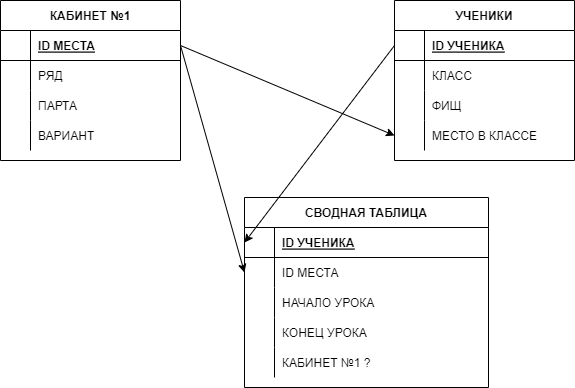
DaryaSmirnova1992/DZ13 keeps this draw.io diagram as diagramm.drawio.png. Above is the earlier version. Source tidied: cells renumbered, new cells last; positions are measured from the earlier drawing's top-left corner, leaving out a move shared by most shapes.
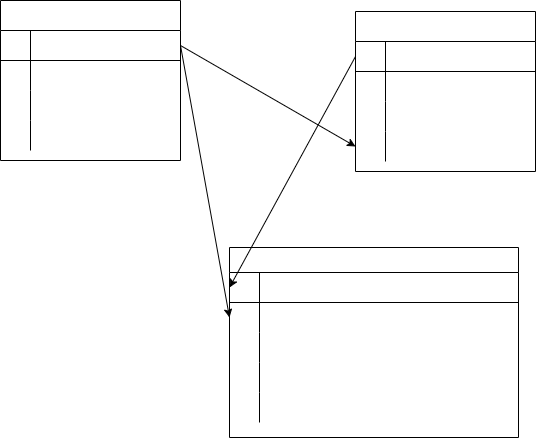
Later version of the same file.

What changed in the source:
```diff
@@ -1,141 +1,141 @@
-<mxGraphModel background="#ffffff">
+<mxGraphModel>
   <root>
     <mxCell id="0" />
     <mxCell id="1" parent="0" />
+    <mxCell id="47" value="КАБИНЕТ №1" style="shape=table;startSize=30;rowLines=0;fontStyle=1;align=center;fontColor=#FFFFFF;" parent="1" vertex="1">
+      <mxGeometry x="39" y="-11" width="180" height="160" as="geometry" />
+    </mxCell>
-    <mxCell id="2" value="КАБИНЕТ №1" style="shape=table;startSize=30;rowLines=0;fontStyle=1;align=center;fillColor=none;" parent="1" vertex="1">
-      <mxGeometry width="180" height="160" as="geometry" />
+    <mxCell id="2" style="shape=partialRectangle;fillColor=none;top=0;left=0;bottom=1;right=0;points=[[0,0.5],[1,0.5]];portConstraint=eastwest;fontColor=#FFFFFF;" parent="47" vertex="1">
+      <mxGeometry y="30" width="180" height="30" as="geometry" />
     </mxCell>
-    <mxCell id="3" style="shape=partialRectangle;fillColor=none;top=0;left=0;bottom=1;right=0;points=[[0,0.5],[1,0.5]];portConstraint=eastwest;" parent="2" vertex="1">
-      <mxGeometry y="30" width="180" height="30" as="geometry" />
+    <mxCell id="3" style="shape=partialRectangle;fillColor=none;top=0;left=0;bottom=0;right=0;fontStyle=1;overflow=hidden;fontColor=#FFFFFF;" parent="2" vertex="1">
+      <mxGeometry width="30" height="30" as="geometry" />
     </mxCell>
-    <mxCell id="4" style="shape=partialRectangle;fillColor=none;top=0;left=0;bottom=0;right=0;fontStyle=1;overflow=hidden;" parent="3" vertex="1">
-      <mxGeometry width="30" height="30" as="geometry" />
+    <mxCell id="4" value="ID МЕСТА" style="shape=partialRectangle;fillColor=none;top=0;left=0;bottom=0;right=0;align=left;spacingLeft=6;fontStyle=5;overflow=hidden;fontColor=#FFFFFF;" parent="2" vertex="1">
+      <mxGeometry x="30" width="150" height="30" as="geometry" />
     </mxCell>
-    <mxCell id="5" value="ID МЕСТА" style="shape=partialRectangle;fillColor=none;top=0;left=0;bottom=0;right=0;align=left;spacingLeft=6;fontStyle=5;overflow=hidden;" parent="3" vertex="1">
-      <mxGeometry x="30" width="150" height="30" as="geometry" />
+    <mxCell id="5" style="shape=partialRectangle;fillColor=none;top=0;left=0;bottom=0;right=0;fontColor=#FFFFFF;" parent="47" vertex="1">
+      <mxGeometry y="60" width="180" height="30" as="geometry" />
     </mxCell>
-    <mxCell id="6" style="shape=partialRectangle;fillColor=none;top=0;left=0;bottom=0;right=0;" parent="2" vertex="1">
-      <mxGeometry y="60" width="180" height="30" as="geometry" />
+    <mxCell id="6" style="shape=partialRectangle;fillColor=none;top=0;left=0;bottom=0;right=0;overflow=hidden;fontColor=#FFFFFF;" parent="5" vertex="1">
+      <mxGeometry width="30" height="30" as="geometry" />
     </mxCell>
-    <mxCell id="7" style="shape=partialRectangle;fillColor=none;top=0;left=0;bottom=0;right=0;overflow=hidden;" parent="6" vertex="1">
-      <mxGeometry width="30" height="30" as="geometry" />
+    <mxCell id="7" value="РЯД" style="shape=partialRectangle;fillColor=none;top=0;left=0;bottom=0;right=0;align=left;spacingLeft=6;overflow=hidden;fontColor=#FFFFFF;" parent="5" vertex="1">
+      <mxGeometry x="30" width="150" height="30" as="geometry" />
     </mxCell>
-    <mxCell id="8" value="РЯД" style="shape=partialRectangle;fillColor=none;top=0;left=0;bottom=0;right=0;align=left;spacingLeft=6;overflow=hidden;" parent="6" vertex="1">
-      <mxGeometry x="30" width="150" height="30" as="geometry" />
+    <mxCell id="8" style="shape=partialRectangle;fillColor=none;top=0;left=0;bottom=0;right=0;fontColor=#FFFFFF;" parent="47" vertex="1">
+      <mxGeometry y="90" width="180" height="30" as="geometry" />
     </mxCell>
-    <mxCell id="9" style="shape=partialRectangle;fillColor=none;top=0;left=0;bottom=0;right=0;" parent="2" vertex="1">
-      <mxGeometry y="90" width="180" height="30" as="geometry" />
+    <mxCell id="9" style="shape=partialRectangle;fillColor=none;top=0;left=0;bottom=0;right=0;overflow=hidden;fontColor=#FFFFFF;" parent="8" vertex="1">
+      <mxGeometry width="30" height="30" as="geometry" />
     </mxCell>
-    <mxCell id="10" style="shape=partialRectangle;fillColor=none;top=0;left=0;bottom=0;right=0;overflow=hidden;" parent="9" vertex="1">
-      <mxGeometry width="30" height="30" as="geometry" />
+    <mxCell id="10" value="ПАРТА" style="shape=partialRectangle;fillColor=none;top=0;left=0;bottom=0;right=0;align=left;spacingLeft=6;overflow=hidden;fontColor=#FFFFFF;" parent="8" vertex="1">
+      <mxGeometry x="30" width="150" height="30" as="geometry" />
     </mxCell>
-    <mxCell id="11" value="ПАРТА" style="shape=partialRectangle;fillColor=none;top=0;left=0;bottom=0;right=0;align=left;spacingLeft=6;overflow=hidden;" parent="9" vertex="1">
-      <mxGeometry x="30" width="150" height="30" as="geometry" />
+    <mxCell id="11" style="shape=partialRectangle;fillColor=none;top=0;left=0;bottom=0;right=0;fontColor=#FFFFFF;" parent="47" vertex="1">
+      <mxGeometry y="120" width="180" height="30" as="geometry" />
     </mxCell>
-    <mxCell id="12" style="shape=partialRectangle;fillColor=none;top=0;left=0;bottom=0;right=0;" parent="2" vertex="1">
-      <mxGeometry y="120" width="180" height="30" as="geometry" />
+    <mxCell id="12" style="shape=partialRectangle;fillColor=none;top=0;left=0;bottom=0;right=0;overflow=hidden;fontColor=#FFFFFF;" parent="11" vertex="1">
+      <mxGeometry width="30" height="30" as="geometry" />
     </mxCell>
-    <mxCell id="13" style="shape=partialRectangle;fillColor=none;top=0;left=0;bottom=0;right=0;overflow=hidden;" parent="12" vertex="1">
-      <mxGeometry width="30" height="30" as="geometry" />
+    <mxCell id="13" value="ВАРИАНТ" style="shape=partialRectangle;fillColor=none;top=0;left=0;bottom=0;right=0;align=left;spacingLeft=6;overflow=hidden;fontColor=#FFFFFF;" parent="11" vertex="1">
+      <mxGeometry x="30" width="150" height="30" as="geometry" />
     </mxCell>
-    <mxCell id="14" value="ВАРИАНТ" style="shape=partialRectangle;fillColor=none;top=0;left=0;bottom=0;right=0;align=left;spacingLeft=6;overflow=hidden;" parent="12" vertex="1">
-      <mxGeometry x="30" width="150" height="30" as="geometry" />
-    </mxCell>
-    <mxCell id="15" value="УЧЕНИКИ" style="shape=table;startSize=30;rowLines=0;fontStyle=1;align=center;fillColor=none;" parent="1" vertex="1">
-      <mxGeometry x="394" width="180" height="160" as="geometry" />
-    </mxCell>
-    <mxCell id="16" style="shape=partialRectangle;fillColor=none;top=0;left=0;bottom=1;right=0;points=[[0,0.5],[1,0.5]];portConstraint=eastwest;" parent="15" vertex="1">
-      <mxGeometry y="30" width="180" height="30" as="geometry" />
-    </mxCell>
-    <mxCell id="17" style="shape=partialRectangle;fillColor=none;top=0;left=0;bottom=0;right=0;fontStyle=1;overflow=hidden;" parent="16" vertex="1">
-      <mxGeometry width="30" height="30" as="geometry" />
-    </mxCell>
-    <mxCell id="18" value="ID УЧЕНИКА" style="shape=partialRectangle;fillColor=none;top=0;left=0;bottom=0;right=0;align=left;spacingLeft=6;fontStyle=5;overflow=hidden;" parent="16" vertex="1">
-      <mxGeometry x="30" width="150" height="30" as="geometry" />
-    </mxCell>
-    <mxCell id="19" style="shape=partialRectangle;fillColor=none;top=0;left=0;bottom=0;right=0;" parent="15" vertex="1">
-      <mxGeometry y="60" width="180" height="30" as="geometry" />
-    </mxCell>
-    <mxCell id="20" style="shape=partialRectangle;fillColor=none;top=0;left=0;bottom=0;right=0;overflow=hidden;" parent="19" vertex="1">
-      <mxGeometry width="30" height="30" as="geometry" />
-    </mxCell>
-    <mxCell id="21" value="КЛАСС" style="shape=partialRectangle;fillColor=none;top=0;left=0;bottom=0;right=0;align=left;spacingLeft=6;overflow=hidden;" parent="19" vertex="1">
-      <mxGeometry x="30" width="150" height="30" as="geometry" />
-    </mxCell>
-    <mxCell id="22" style="shape=partialRectangle;fillColor=none;top=0;left=0;bottom=0;right=0;" parent="15" vertex="1">
-      <mxGeometry y="90" width="180" height="30" as="geometry" />
-    </mxCell>
-    <mxCell id="23" style="shape=partialRectangle;fillColor=none;top=0;left=0;bottom=0;right=0;overflow=hidden;" parent="22" vertex="1">
-      <mxGeometry width="30" height="30" as="geometry" />
-    </mxCell>
-    <mxCell id="24" value="ФИЩ" style="shape=partialRectangle;fillColor=none;top=0;left=0;bottom=0;right=0;align=left;spacingLeft=6;overflow=hidden;" parent="22" vertex="1">
-      <mxGeometry x="30" width="150" height="30" as="geometry" />
-    </mxCell>
-    <mxCell id="25" style="shape=partialRectangle;fillColor=none;top=0;left=0;bottom=0;right=0;points=[[0,0.5],[1,0.5]];portConstraint=eastwest;" parent="15" vertex="1">
-      <mxGeometry y="120" width="180" height="30" as="geometry" />
-    </mxCell>
-    <mxCell id="26" style="shape=partialRectangle;fillColor=none;top=0;left=0;bottom=0;right=0;overflow=hidden;" parent="25" vertex="1">
-      <mxGeometry width="30" height="30" as="geometry" />
-    </mxCell>
-    <mxCell id="27" value="МЕСТО В КЛАССЕ" style="shape=partialRectangle;fillColor=none;top=0;left=0;bottom=0;right=0;align=left;spacingLeft=6;overflow=hidden;" parent="25" vertex="1">
-      <mxGeometry x="30" width="150" height="30" as="geometry" />
+    <mxCell id="27" value="СВОДНАЯ ТАБЛИЦА" style="shape=table;startSize=25;rowLines=0;fontStyle=1;align=center;fontColor=#FFFFFF;" parent="1" vertex="1">
+      <mxGeometry x="268" y="236" width="289" height="190" as="geometry" />
     </mxCell>
-    <mxCell id="28" value="СВОДНАЯ ТАБЛИЦА" style="shape=table;startSize=30;rowLines=0;fontStyle=1;align=center;fillColor=none;" parent="1" vertex="1">
-      <mxGeometry x="244" y="197" width="244" height="190" as="geometry" />
+    <mxCell id="28" style="shape=partialRectangle;fillColor=none;top=0;left=0;bottom=1;right=0;points=[[0,0.5],[1,0.5]];portConstraint=eastwest;fontColor=#FFFFFF;" parent="27" vertex="1">
+      <mxGeometry y="25" width="289" height="30" as="geometry" />
     </mxCell>
-    <mxCell id="29" style="shape=partialRectangle;fillColor=none;top=0;left=0;bottom=1;right=0;points=[[0,0.5],[1,0.5]];portConstraint=eastwest;" parent="28" vertex="1">
-      <mxGeometry y="30" width="244" height="30" as="geometry" />
+    <mxCell id="29" style="shape=partialRectangle;fillColor=none;top=0;left=0;bottom=0;right=0;fontStyle=1;overflow=hidden;fontColor=#FFFFFF;" parent="28" vertex="1">
+      <mxGeometry width="30" height="30" as="geometry" />
     </mxCell>
-    <mxCell id="30" style="shape=partialRectangle;fillColor=none;top=0;left=0;bottom=0;right=0;fontStyle=1;overflow=hidden;" parent="29" vertex="1">
-      <mxGeometry width="30" height="30" as="geometry" />
+    <mxCell id="30" value="ID УЧЕНИКА" style="shape=partialRectangle;fillColor=none;top=0;left=0;bottom=0;right=0;align=left;spacingLeft=6;fontStyle=5;overflow=hidden;fontColor=#FFFFFF;" parent="28" vertex="1">
+      <mxGeometry x="30" width="259" height="30" as="geometry" />
     </mxCell>
-    <mxCell id="31" value="ID УЧЕНИКА" style="shape=partialRectangle;fillColor=none;top=0;left=0;bottom=0;right=0;align=left;spacingLeft=6;fontStyle=5;overflow=hidden;" parent="29" vertex="1">
-      <mxGeometry x="30" width="214" height="30" as="geometry" />
+    <mxCell id="31" style="shape=partialRectangle;fillColor=none;top=0;left=0;bottom=0;right=0;points=[[0,0.5],[1,0.5]];portConstraint=eastwest;fontColor=#FFFFFF;" parent="27" vertex="1">
+      <mxGeometry y="55" width="289" height="30" as="geometry" />
     </mxCell>
-    <mxCell id="32" style="shape=partialRectangle;fillColor=none;top=0;left=0;bottom=0;right=0;points=[[0,0.5],[1,0.5]];portConstraint=eastwest;" parent="28" vertex="1">
-      <mxGeometry y="60" width="244" height="30" as="geometry" />
+    <mxCell id="32" style="shape=partialRectangle;fillColor=none;top=0;left=0;bottom=0;right=0;overflow=hidden;fontColor=#FFFFFF;" parent="31" vertex="1">
+      <mxGeometry width="30" height="30" as="geometry" />
     </mxCell>
-    <mxCell id="33" style="shape=partialRectangle;fillColor=none;top=0;left=0;bottom=0;right=0;overflow=hidden;" parent="32" vertex="1">
-      <mxGeometry width="30" height="30" as="geometry" />
+    <mxCell id="33" value="ID МЕСТА" style="shape=partialRectangle;fillColor=none;top=0;left=0;bottom=0;right=0;align=left;spacingLeft=6;overflow=hidden;fontColor=#FFFFFF;" parent="31" vertex="1">
+      <mxGeometry x="30" width="259" height="30" as="geometry" />
     </mxCell>
-    <mxCell id="34" value="ID МЕСТА" style="shape=partialRectangle;fillColor=none;top=0;left=0;bottom=0;right=0;align=left;spacingLeft=6;overflow=hidden;" parent="32" vertex="1">
-      <mxGeometry x="30" width="214" height="30" as="geometry" />
+    <mxCell id="34" style="shape=partialRectangle;fillColor=none;top=0;left=0;bottom=0;right=0;fontColor=#FFFFFF;" parent="27" vertex="1">
+      <mxGeometry y="85" width="289" height="30" as="geometry" />
     </mxCell>
-    <mxCell id="35" style="shape=partialRectangle;fillColor=none;top=0;left=0;bottom=0;right=0;" parent="28" vertex="1">
-      <mxGeometry y="90" width="244" height="30" as="geometry" />
+    <mxCell id="35" style="shape=partialRectangle;fillColor=none;top=0;left=0;bottom=0;right=0;overflow=hidden;fontColor=#FFFFFF;" parent="34" vertex="1">
+      <mxGeometry width="30" height="30" as="geometry" />
     </mxCell>
-    <mxCell id="36" style="shape=partialRectangle;fillColor=none;top=0;left=0;bottom=0;right=0;overflow=hidden;" parent="35" vertex="1">
-      <mxGeometry width="30" height="30" as="geometry" />
+    <mxCell id="36" value="НАЧАЛО УРОКА" style="shape=partialRectangle;fillColor=none;top=0;left=0;bottom=0;right=0;align=left;spacingLeft=6;overflow=hidden;fontColor=#FFFFFF;" parent="34" vertex="1">
+      <mxGeometry x="30" width="259" height="30" as="geometry" />
     </mxCell>
-    <mxCell id="37" value="НАЧАЛО УРОКА" style="shape=partialRectangle;fillColor=none;top=0;left=0;bottom=0;right=0;align=left;spacingLeft=6;overflow=hidden;" parent="35" vertex="1">
-      <mxGeometry x="30" width="214" height="30" as="geometry" />
+    <mxCell id="37" style="shape=partialRectangle;fillColor=none;top=0;left=0;bottom=0;right=0;fontColor=#FFFFFF;" parent="27" vertex="1">
+      <mxGeometry y="115" width="289" height="30" as="geometry" />
     </mxCell>
-    <mxCell id="38" style="shape=partialRectangle;fillColor=none;top=0;left=0;bottom=0;right=0;" parent="28" vertex="1">
-      <mxGeometry y="120" width="244" height="30" as="geometry" />
+    <mxCell id="38" style="shape=partialRectangle;fillColor=none;top=0;left=0;bottom=0;right=0;overflow=hidden;fontColor=#FFFFFF;" parent="37" vertex="1">
+      <mxGeometry width="30" height="30" as="geometry" />
     </mxCell>
-    <mxCell id="39" style="shape=partialRectangle;fillColor=none;top=0;left=0;bottom=0;right=0;overflow=hidden;" parent="38" vertex="1">
-      <mxGeometry width="30" height="30" as="geometry" />
+    <mxCell id="39" value="КОНЕЦ УРОКА" style="shape=partialRectangle;fillColor=none;top=0;left=0;bottom=0;right=0;align=left;spacingLeft=6;overflow=hidden;fontColor=#FFFFFF;" parent="37" vertex="1">
+      <mxGeometry x="30" width="259" height="30" as="geometry" />
     </mxCell>
-    <mxCell id="40" value="КОНЕЦ УРОКА" style="shape=partialRectangle;fillColor=none;top=0;left=0;bottom=0;right=0;align=left;spacingLeft=6;overflow=hidden;" parent="38" vertex="1">
-      <mxGeometry x="30" width="214" height="30" as="geometry" />
-    </mxCell>
-    <mxCell id="41" style="shape=partialRectangle;fillColor=none;top=0;left=0;bottom=0;right=0;" parent="28" vertex="1">
-      <mxGeometry y="150" width="244" height="30" as="geometry" />
-    </mxCell>
-    <mxCell id="42" style="shape=partialRectangle;fillColor=none;top=0;left=0;bottom=0;right=0;overflow=hidden;" parent="41" vertex="1">
-      <mxGeometry width="30" height="30" as="geometry" />
-    </mxCell>
+    <mxCell id="48" style="shape=partialRectangle;fillColor=none;top=0;left=0;bottom=0;right=0;fontColor=#FFFFFF;" parent="27" vertex="1">
+      <mxGeometry y="145" width="289" height="30" as="geometry" />
+    </mxCell>
+    <mxCell id="49" style="shape=partialRectangle;fillColor=none;top=0;left=0;bottom=0;right=0;overflow=hidden;fontColor=#FFFFFF;" parent="48" vertex="1">
+      <mxGeometry width="30" height="30" as="geometry" />
+    </mxCell>
-    <mxCell id="43" value="КАБИНЕТ №1 ?" style="shape=partialRectangle;fillColor=none;top=0;left=0;bottom=0;right=0;align=left;spacingLeft=6;overflow=hidden;" parent="41" vertex="1">
-      <mxGeometry x="30" width="214" height="30" as="geometry" />
+    <mxCell id="43" value="КАБИНЕТ №1 ?" style="shape=partialRectangle;fillColor=none;top=0;left=0;bottom=0;right=0;align=left;spacingLeft=6;overflow=hidden;fontColor=#FFFFFF;" parent="48" vertex="1">
+      <mxGeometry x="30" width="259" height="30" as="geometry" />
     </mxCell>
-    <mxCell id="44" style="edgeStyle=none;html=1;exitX=1;exitY=0.5;exitDx=0;exitDy=0;entryX=0;entryY=0.5;entryDx=0;entryDy=0;fillColor=none;" parent="1" edge="1" source="3" target="25">
-      <mxGeometry relative="1" as="geometry" />
-    </mxCell>
-    <mxCell id="45" style="edgeStyle=none;html=1;exitX=1;exitY=0.5;exitDx=0;exitDy=0;entryX=0;entryY=0.5;entryDx=0;entryDy=0;fillColor=none;" parent="1" edge="1" source="3" target="32">
-      <mxGeometry relative="1" as="geometry" />
-    </mxCell>
-    <mxCell id="46" style="edgeStyle=none;html=1;exitX=0;exitY=0.5;exitDx=0;exitDy=0;entryX=0;entryY=0.5;entryDx=0;entryDy=0;fillColor=none;" parent="1" edge="1" source="16" target="29">
+    <mxCell id="46" style="edgeStyle=none;html=1;exitX=1;exitY=0.5;exitDx=0;exitDy=0;entryX=0;entryY=0.5;entryDx=0;entryDy=0;fontColor=#FFFFFF;" parent="1" edge="1" source="2" target="58">
       <mxGeometry relative="1" as="geometry" />
     </mxCell>
+    <mxCell id="50" style="edgeStyle=none;html=1;exitX=1;exitY=0.5;exitDx=0;exitDy=0;entryX=0;entryY=0.5;entryDx=0;entryDy=0;fontColor=#FFFFFF;" parent="1" edge="1" source="2" target="31">
+      <mxGeometry relative="1" as="geometry" />
+    </mxCell>
+    <mxCell id="15" value="УЧЕНИКИ" style="shape=table;startSize=30;rowLines=0;fontStyle=1;align=center;fontColor=#FFFFFF;" parent="1" vertex="1">
+      <mxGeometry x="394" width="180" height="160" as="geometry" />
+    </mxCell>
+    <mxCell id="51" style="shape=partialRectangle;fillColor=none;top=0;left=0;bottom=1;right=0;points=[[0,0.5],[1,0.5]];portConstraint=eastwest;fontColor=#FFFFFF;" parent="15" vertex="1">
+      <mxGeometry y="30" width="180" height="30" as="geometry" />
+    </mxCell>
+    <mxCell id="52" style="shape=partialRectangle;fillColor=none;top=0;left=0;bottom=0;right=0;fontStyle=1;overflow=hidden;fontColor=#FFFFFF;" parent="51" vertex="1">
+      <mxGeometry width="30" height="30" as="geometry" />
+    </mxCell>
+    <mxCell id="18" value="ID УЧЕНИКА" style="shape=partialRectangle;fillColor=none;top=0;left=0;bottom=0;right=0;align=left;spacingLeft=6;fontStyle=5;overflow=hidden;fontColor=#FFFFFF;" parent="51" vertex="1">
+      <mxGeometry x="30" width="150" height="30" as="geometry" />
+    </mxCell>
+    <mxCell id="53" style="shape=partialRectangle;fillColor=none;top=0;left=0;bottom=0;right=0;fontColor=#FFFFFF;" parent="15" vertex="1">
+      <mxGeometry y="60" width="180" height="30" as="geometry" />
+    </mxCell>
+    <mxCell id="54" style="shape=partialRectangle;fillColor=none;top=0;left=0;bottom=0;right=0;overflow=hidden;fontColor=#FFFFFF;" parent="53" vertex="1">
+      <mxGeometry width="30" height="30" as="geometry" />
+    </mxCell>
+    <mxCell id="21" value="КЛАСС" style="shape=partialRectangle;fillColor=none;top=0;left=0;bottom=0;right=0;align=left;spacingLeft=6;overflow=hidden;fontColor=#FFFFFF;" parent="53" vertex="1">
+      <mxGeometry x="30" width="150" height="30" as="geometry" />
+    </mxCell>
+    <mxCell id="55" style="shape=partialRectangle;fillColor=none;top=0;left=0;bottom=0;right=0;fontColor=#FFFFFF;" parent="15" vertex="1">
+      <mxGeometry y="90" width="180" height="30" as="geometry" />
+    </mxCell>
+    <mxCell id="56" style="shape=partialRectangle;fillColor=none;top=0;left=0;bottom=0;right=0;overflow=hidden;fontColor=#FFFFFF;" parent="55" vertex="1">
+      <mxGeometry width="30" height="30" as="geometry" />
+    </mxCell>
+    <mxCell id="57" value="фИО" style="shape=partialRectangle;fillColor=none;top=0;left=0;bottom=0;right=0;align=left;spacingLeft=6;overflow=hidden;fontColor=#FFFFFF;" parent="55" vertex="1">
+      <mxGeometry x="30" width="150" height="30" as="geometry" />
+    </mxCell>
+    <mxCell id="58" style="shape=partialRectangle;fillColor=none;top=0;left=0;bottom=0;right=0;points=[[0,0.5],[1,0.5]];portConstraint=eastwest;fontColor=#FFFFFF;" parent="15" vertex="1">
+      <mxGeometry y="120" width="180" height="30" as="geometry" />
+    </mxCell>
+    <mxCell id="59" style="shape=partialRectangle;fillColor=none;top=0;left=0;bottom=0;right=0;overflow=hidden;fontColor=#FFFFFF;" parent="58" vertex="1">
+      <mxGeometry width="30" height="30" as="geometry" />
+    </mxCell>
+    <mxCell id="60" value="МЕСТО В КЛАССЕ" style="shape=partialRectangle;fillColor=none;top=0;left=0;bottom=0;right=0;align=left;spacingLeft=6;overflow=hidden;fontColor=#FFFFFF;" parent="58" vertex="1">
+      <mxGeometry x="30" width="150" height="30" as="geometry" />
+    </mxCell>
+    <mxCell id="61" style="edgeStyle=none;html=1;exitX=0;exitY=0.5;exitDx=0;exitDy=0;entryX=0;entryY=0.5;entryDx=0;entryDy=0;fontColor=#FFFFFF;" parent="1" edge="1" source="51" target="28">
+      <mxGeometry relative="1" as="geometry" />
+    </mxCell>
   </root>
 </mxGraphModel>
```
